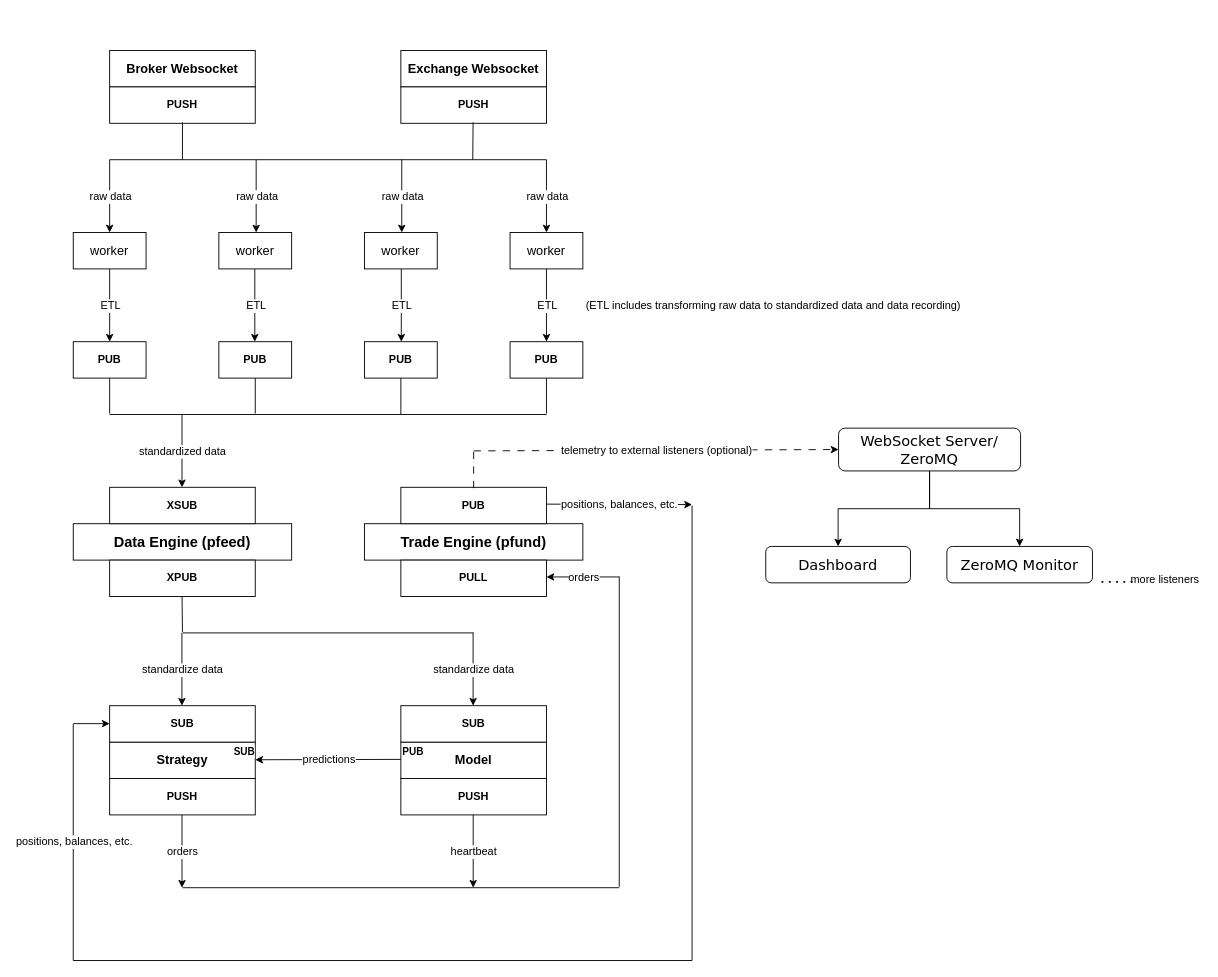
Before: docs/ZeroMQ.drawio in johan-tamayo/pfund, a draw.io diagram. Source tidied: cells renumbered, new cells numbered last; positions are measured from the earlier drawing's top-left corner, leaving out a move shared by most shapes. Both pictures are drawn from the tidied source at 91%, with x=0, y=0 at pixel (73, 50).
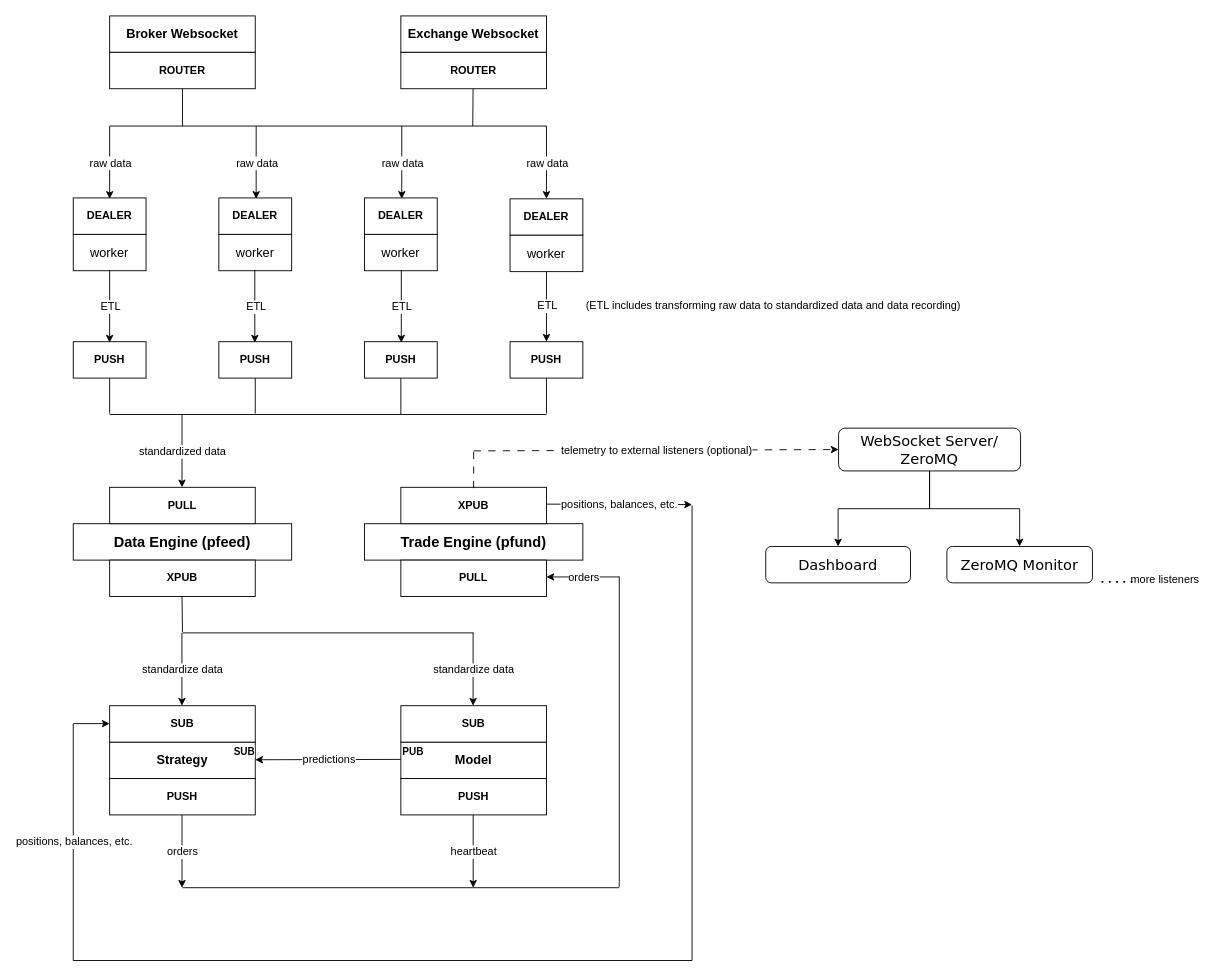
The same page after the edit.

The edit, as a diff of the source:
```diff
@@
     <mxCell id="2" value="&lt;b&gt;&lt;font style=&quot;font-size: 14px;&quot;&gt;Broker Websocket&lt;/font&gt;&lt;/b&gt;" style="rounded=0;whiteSpace=wrap;html=1;" parent="1" vertex="1">
-      <mxGeometry x="40" width="160" height="40" as="geometry" />
+      <mxGeometry x="40" y="-38" width="160" height="40" as="geometry" />
     </mxCell>
-    <mxCell id="3" value="PUSH" style="rounded=0;whiteSpace=wrap;html=1;fontStyle=1;" parent="1" vertex="1">
-      <mxGeometry x="40" y="40" width="160" height="40" as="geometry" />
+    <mxCell id="3" value="ROUTER" style="rounded=0;whiteSpace=wrap;html=1;fontStyle=1;" parent="1" vertex="1">
+      <mxGeometry x="40" y="2" width="160" height="40" as="geometry" />
     </mxCell>
     <mxCell id="4" value="&lt;b&gt;&lt;font style=&quot;font-size: 14px;&quot;&gt;Exchange Websocket&lt;/font&gt;&lt;/b&gt;" style="rounded=0;whiteSpace=wrap;html=1;" parent="1" vertex="1">
-      <mxGeometry x="360" width="160" height="40" as="geometry" />
+      <mxGeometry x="360" y="-38" width="160" height="40" as="geometry" />
     </mxCell>
-    <mxCell id="5" value="PUSH" style="rounded=0;whiteSpace=wrap;html=1;fontStyle=1;" parent="1" vertex="1">
-      <mxGeometry x="360" y="40" width="160" height="40" as="geometry" />
+    <mxCell id="5" value="ROUTER" style="rounded=0;whiteSpace=wrap;html=1;fontStyle=1;" parent="1" vertex="1">
+      <mxGeometry x="360" y="2" width="160" height="40" as="geometry" />
     </mxCell>
     <mxCell id="6" style="endArrow=none;html=1;rounded=0;" parent="1" edge="1">
       <mxGeometry relative="1" as="geometry">
-        <mxPoint x="120" y="120" as="sourcePoint" />
-        <mxPoint x="120" y="79" as="targetPoint" />
+        <mxPoint x="120" y="83" as="sourcePoint" />
+        <mxPoint x="120" y="42" as="targetPoint" />
       </mxGeometry>
     </mxCell>
     <mxCell id="7" style="endArrow=none;html=1;rounded=0;" parent="1" edge="1">
       <mxGeometry relative="1" as="geometry">
-        <mxPoint x="439" y="120" as="sourcePoint" />
-        <mxPoint x="439.4" y="79" as="targetPoint" />
+        <mxPoint x="439" y="83" as="sourcePoint" />
+        <mxPoint x="439.4" y="42" as="targetPoint" />
       </mxGeometry>
     </mxCell>
@@
     <mxCell id="10" style="endArrow=none;html=1;rounded=0;" parent="1" edge="1">
       <mxGeometry relative="1" as="geometry">
-        <mxPoint x="40" y="120" as="sourcePoint" />
-        <mxPoint x="520" y="120" as="targetPoint" />
+        <mxPoint x="40" y="83" as="sourcePoint" />
+        <mxPoint x="520" y="83" as="targetPoint" />
       </mxGeometry>
     </mxCell>
@@
-    <mxCell id="34" value="XSUB" style="rounded=0;whiteSpace=wrap;html=1;fontStyle=1;" parent="1" vertex="1">
+    <mxCell id="34" value="PULL" style="rounded=0;whiteSpace=wrap;html=1;fontStyle=1;" parent="1" vertex="1">
       <mxGeometry x="40" y="480" width="160" height="40" as="geometry" />
     </mxCell>
@@
-    <mxCell id="37" value="PUB" style="rounded=0;whiteSpace=wrap;html=1;fontStyle=1;" parent="1" vertex="1">
+    <mxCell id="37" value="XPUB" style="rounded=0;whiteSpace=wrap;html=1;fontStyle=1;" parent="1" vertex="1">
       <mxGeometry x="360" y="480" width="160" height="40" as="geometry" />
     </mxCell>
@@
     <mxCell id="47" value="&lt;font style=&quot;font-size: 14px;&quot;&gt;worker&lt;/font&gt;" style="rounded=0;whiteSpace=wrap;html=1;" parent="1" vertex="1">
-      <mxGeometry y="200" width="80" height="40" as="geometry" />
+      <mxGeometry y="202" width="80" height="40" as="geometry" />
     </mxCell>
     <mxCell id="48" style="endArrow=classic;html=1;rounded=0;" parent="1" edge="1">
       <mxGeometry relative="1" as="geometry">
-        <mxPoint x="40" y="120" as="sourcePoint" />
-        <mxPoint x="40" y="200" as="targetPoint" />
+        <mxPoint x="40" y="83" as="sourcePoint" />
+        <mxPoint x="40" y="163" as="targetPoint" />
       </mxGeometry>
     </mxCell>
@@
     <mxCell id="50" value="&lt;font style=&quot;font-size: 14px;&quot;&gt;worker&lt;/font&gt;" style="rounded=0;whiteSpace=wrap;html=1;" parent="1" vertex="1">
-      <mxGeometry x="160" y="200" width="80" height="40" as="geometry" />
+      <mxGeometry x="160" y="202" width="80" height="40" as="geometry" />
     </mxCell>
     <mxCell id="51" style="endArrow=classic;html=1;rounded=0;" parent="1" edge="1">
       <mxGeometry relative="1" as="geometry">
-        <mxPoint x="201" y="120" as="sourcePoint" />
-        <mxPoint x="201" y="200" as="targetPoint" />
+        <mxPoint x="201" y="83" as="sourcePoint" />
+        <mxPoint x="201" y="163" as="targetPoint" />
       </mxGeometry>
     </mxCell>
@@
     <mxCell id="53" value="&lt;font style=&quot;font-size: 14px;&quot;&gt;worker&lt;/font&gt;" style="rounded=0;whiteSpace=wrap;html=1;" parent="1" vertex="1">
-      <mxGeometry x="320" y="200" width="80" height="40" as="geometry" />
+      <mxGeometry x="320" y="202" width="80" height="40" as="geometry" />
     </mxCell>
     <mxCell id="54" style="endArrow=classic;html=1;rounded=0;" parent="1" edge="1">
       <mxGeometry relative="1" as="geometry">
-        <mxPoint x="361" y="120" as="sourcePoint" />
-        <mxPoint x="361" y="200" as="targetPoint" />
+        <mxPoint x="361" y="83" as="sourcePoint" />
+        <mxPoint x="361" y="163" as="targetPoint" />
       </mxGeometry>
     </mxCell>
@@
-    <mxCell id="56" value="&lt;font style=&quot;font-size: 14px;&quot;&gt;worker&lt;/font&gt;" style="rounded=0;whiteSpace=wrap;html=1;" parent="1" vertex="1">
-      <mxGeometry x="480" y="200" width="80" height="40" as="geometry" />
+    <mxCell id="56" value="&lt;font&gt;&lt;b style=&quot;&quot;&gt;DEALER&lt;/b&gt;&lt;/font&gt;" style="rounded=0;whiteSpace=wrap;html=1;" parent="1" vertex="1">
+      <mxGeometry x="480" y="163" width="80" height="40" as="geometry" />
     </mxCell>
     <mxCell id="57" style="endArrow=classic;html=1;rounded=0;" parent="1" edge="1">
       <mxGeometry relative="1" as="geometry">
-        <mxPoint x="520" y="120" as="sourcePoint" />
-        <mxPoint x="520" y="200" as="targetPoint" />
+        <mxPoint x="520" y="83" as="sourcePoint" />
+        <mxPoint x="520" y="163" as="targetPoint" />
       </mxGeometry>
     </mxCell>
@@
-    <mxCell id="74" value="PUB" style="rounded=0;whiteSpace=wrap;html=1;fontStyle=1;" parent="1" vertex="1">
+    <mxCell id="74" value="PUSH" style="rounded=0;whiteSpace=wrap;html=1;fontStyle=1;" parent="1" vertex="1">
       <mxGeometry x="480" y="320" width="80" height="40" as="geometry" />
     </mxCell>
-    <mxCell id="75" value="PUB" style="rounded=0;whiteSpace=wrap;html=1;fontStyle=1;" parent="1" vertex="1">
+    <mxCell id="75" value="PUSH" style="rounded=0;whiteSpace=wrap;html=1;fontStyle=1;" parent="1" vertex="1">
       <mxGeometry x="320" y="320" width="80" height="40" as="geometry" />
     </mxCell>
-    <mxCell id="76" value="PUB" style="rounded=0;whiteSpace=wrap;html=1;fontStyle=1;" parent="1" vertex="1">
+    <mxCell id="76" value="PUSH" style="rounded=0;whiteSpace=wrap;html=1;fontStyle=1;" parent="1" vertex="1">
       <mxGeometry x="160" y="320" width="80" height="40" as="geometry" />
     </mxCell>
-    <mxCell id="77" value="PUB" style="rounded=0;whiteSpace=wrap;html=1;fontStyle=1;" parent="1" vertex="1">
+    <mxCell id="77" value="PUSH" style="rounded=0;whiteSpace=wrap;html=1;fontStyle=1;" parent="1" vertex="1">
       <mxGeometry y="320" width="80" height="40" as="geometry" />
     </mxCell>
@@
-    <mxCell id="80" style="endArrow=classic;html=1;rounded=0;entryX=0.5;entryY=0;entryDx=0;entryDy=0;" parent="1" edge="1" target="77">
+    <mxCell id="80" style="endArrow=classic;html=1;rounded=0;entryX=0.5;entryY=0;entryDx=0;entryDy=0;" parent="1" edge="1">
       <mxGeometry relative="1" as="geometry">
-        <mxPoint x="40" y="240" as="sourcePoint" />
+        <mxPoint x="40" y="241" as="sourcePoint" />
+        <mxPoint x="40" y="321" as="targetPoint" />
       </mxGeometry>
     </mxCell>
@@
     <mxCell id="82" style="endArrow=classic;html=1;rounded=0;entryX=0.5;entryY=0;entryDx=0;entryDy=0;" parent="1" edge="1">
       <mxGeometry relative="1" as="geometry">
-        <mxPoint x="199.5" y="240" as="sourcePoint" />
-        <mxPoint x="199.5" y="320" as="targetPoint" />
+        <mxPoint x="199.5" y="241" as="sourcePoint" />
+        <mxPoint x="199.5" y="321" as="targetPoint" />
       </mxGeometry>
     </mxCell>
@@
     <mxCell id="84" style="endArrow=classic;html=1;rounded=0;entryX=0.5;entryY=0;entryDx=0;entryDy=0;" parent="1" edge="1">
       <mxGeometry relative="1" as="geometry">
-        <mxPoint x="360.5" y="240" as="sourcePoint" />
-        <mxPoint x="360.5" y="320" as="targetPoint" />
+        <mxPoint x="360.5" y="241" as="sourcePoint" />
+        <mxPoint x="360.5" y="321" as="targetPoint" />
       </mxGeometry>
     </mxCell>
@@
+    <mxCell id="89" value="&lt;font style=&quot;font-size: 14px;&quot;&gt;worker&lt;/font&gt;" style="rounded=0;whiteSpace=wrap;html=1;" parent="1" vertex="1">
+      <mxGeometry x="480" y="203" width="80" height="40" as="geometry" />
+    </mxCell>
+    <mxCell id="90" value="&lt;font&gt;&lt;b style=&quot;&quot;&gt;DEALER&lt;/b&gt;&lt;/font&gt;" style="rounded=0;whiteSpace=wrap;html=1;" parent="1" vertex="1">
+      <mxGeometry x="320" y="162" width="80" height="40" as="geometry" />
+    </mxCell>
+    <mxCell id="91" value="&lt;font&gt;&lt;b style=&quot;&quot;&gt;DEALER&lt;/b&gt;&lt;/font&gt;" style="rounded=0;whiteSpace=wrap;html=1;" parent="1" vertex="1">
+      <mxGeometry x="160" y="162" width="80" height="40" as="geometry" />
+    </mxCell>
+    <mxCell id="92" value="&lt;font&gt;&lt;b style=&quot;&quot;&gt;DEALER&lt;/b&gt;&lt;/font&gt;" style="rounded=0;whiteSpace=wrap;html=1;" parent="1" vertex="1">
+      <mxGeometry y="162" width="80" height="40" as="geometry" />
+    </mxCell>
```
